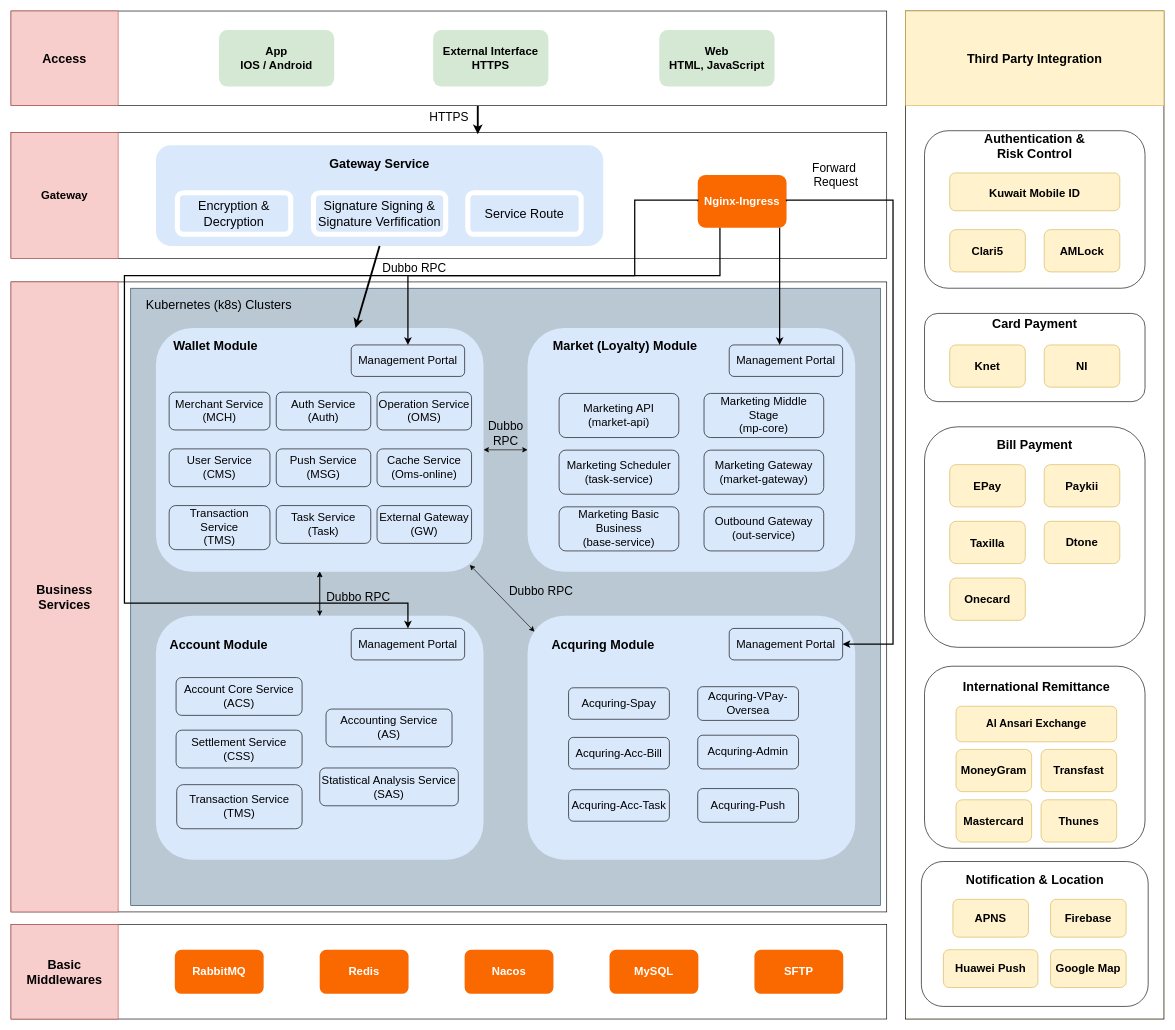
Before: wallet_kwt_archi.drawio in EricLuoisme/own-diagrams-draw-io, a draw.io diagram. Source tidied: cells renumbered, new cells numbered last; positions are measured from the earlier drawing's top-left corner, leaving out a move shared by most shapes. Both pictures are drawn from the tidied source at 63%, with x=0, y=0 at pixel (11, 11).
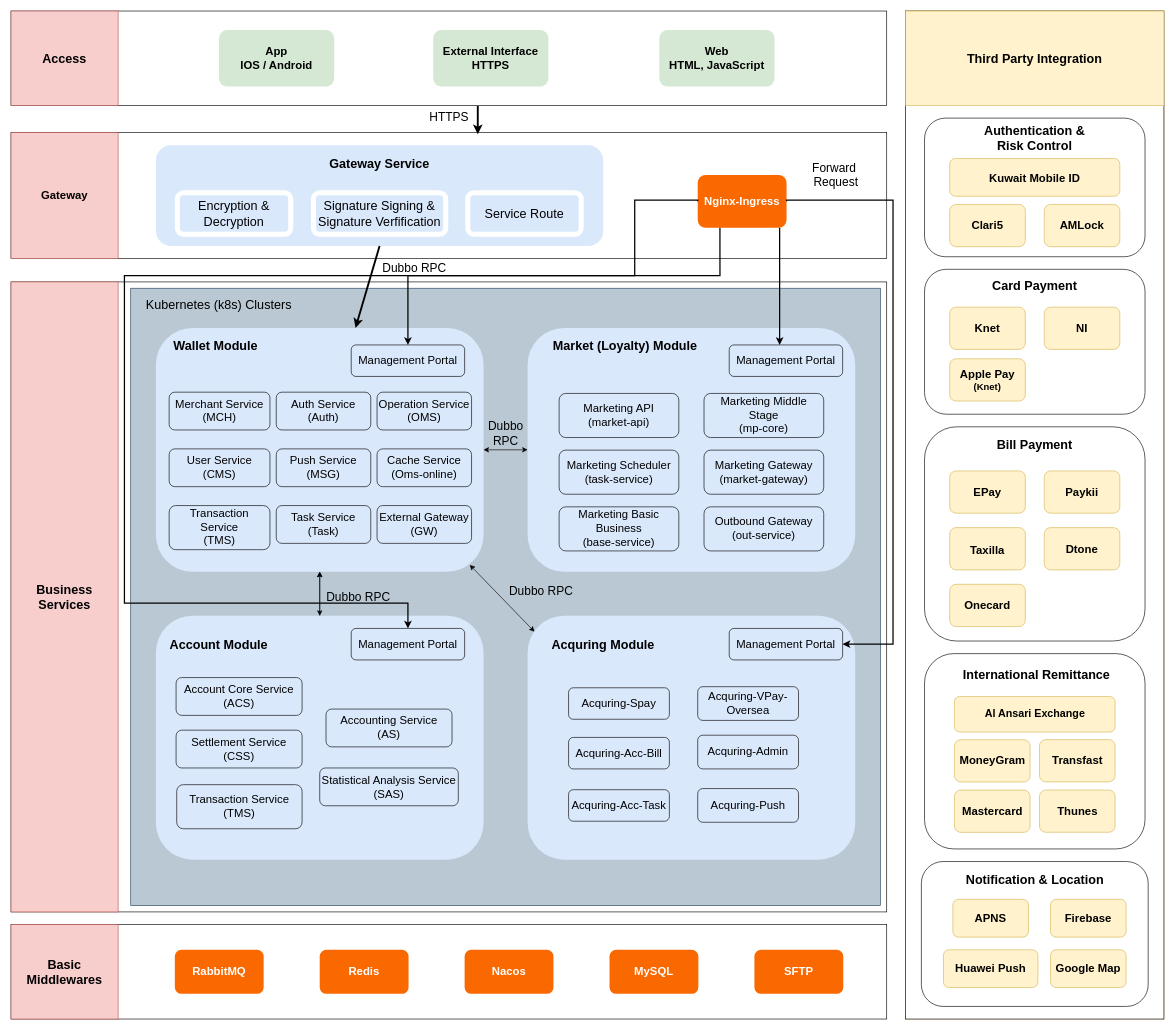
Above is the later version.

The change refers to these unchanged cells:
```xml
<mxCell id="98" style="group;" parent="1" vertex="1">
  <mxGeometry x="1450" y="660" width="350" height="350" as="geometry" />
</mxCell>
```

The edit, as a diff of the source:
```diff
@@
     <mxCell id="77" style="group;" parent="1" vertex="1">
-      <mxGeometry x="1450" y="1040" width="350" height="289" as="geometry" />
+      <mxGeometry x="1450" y="1020" width="350" height="310" as="geometry" />
     </mxCell>
     <mxCell id="78" style="rounded=1;whiteSpace=wrap;html=1;" parent="77" vertex="1">
-      <mxGeometry width="350" height="289" as="geometry" />
+      <mxGeometry width="350" height="310" as="geometry" />
     </mxCell>
@@
     <mxCell id="80" value="&lt;strong&gt;&lt;font style=&quot;font-size: 17px;&quot;&gt;Al Ansari Exchange&lt;/font&gt;&lt;/strong&gt;" style="rounded=1;whiteSpace=wrap;html=1;fillColor=#fff2cc;strokeColor=#d6b656;" parent="77" vertex="1">
-      <mxGeometry x="50" y="63.5" width="255" height="56.5" as="geometry" />
+      <mxGeometry x="47.5" y="68" width="255" height="56.5" as="geometry" />
     </mxCell>
     <mxCell id="81" value="&lt;b&gt;&lt;font style=&quot;font-size: 18px;&quot;&gt;Transfast&lt;/font&gt;&lt;/b&gt;" style="rounded=1;whiteSpace=wrap;html=1;fillColor=#fff2cc;strokeColor=#d6b656;" parent="77" vertex="1">
-      <mxGeometry x="185" y="132" width="120" height="67.1" as="geometry" />
+      <mxGeometry x="182.5" y="136.5" width="120" height="67.1" as="geometry" />
     </mxCell>
     <mxCell id="82" value="&lt;b&gt;&lt;font style=&quot;font-size: 18px;&quot;&gt;Thunes&lt;/font&gt;&lt;/b&gt;" style="rounded=1;whiteSpace=wrap;html=1;fillColor=#fff2cc;strokeColor=#d6b656;" parent="77" vertex="1">
-      <mxGeometry x="185" y="212" width="120" height="67.1" as="geometry" />
+      <mxGeometry x="182.5" y="216.5" width="120" height="67.1" as="geometry" />
     </mxCell>
     <mxCell id="83" value="&lt;b&gt;&lt;font style=&quot;font-size: 18px;&quot;&gt;MoneyGram&lt;/font&gt;&lt;/b&gt;" style="rounded=1;whiteSpace=wrap;html=1;fillColor=#fff2cc;strokeColor=#d6b656;" parent="77" vertex="1">
-      <mxGeometry x="50" y="132" width="120" height="67.1" as="geometry" />
+      <mxGeometry x="47.5" y="136.6" width="120" height="67.1" as="geometry" />
     </mxCell>
     <mxCell id="84" value="&lt;b&gt;&lt;font style=&quot;font-size: 18px;&quot;&gt;Mastercard&lt;/font&gt;&lt;/b&gt;" style="rounded=1;whiteSpace=wrap;html=1;fillColor=#fff2cc;strokeColor=#d6b656;" parent="77" vertex="1">
-      <mxGeometry x="50" y="212" width="120" height="67.1" as="geometry" />
+      <mxGeometry x="47.5" y="216.6" width="120" height="67.1" as="geometry" />
     </mxCell>
@@
     <mxCell id="92" style="group;" parent="1" vertex="1">
-      <mxGeometry x="1450" y="190" width="350" height="250" as="geometry" />
+      <mxGeometry x="1450" y="170" width="350" height="220" as="geometry" />
     </mxCell>
     <mxCell id="93" style="rounded=1;whiteSpace=wrap;html=1;" parent="92" vertex="1">
-      <mxGeometry width="350" height="250" as="geometry" />
+      <mxGeometry width="350" height="220" as="geometry" />
     </mxCell>
+    <mxCell id="96" value="&lt;font size=&quot;1&quot; style=&quot;&quot;&gt;&lt;b style=&quot;font-size: 20px;&quot;&gt;Authentication &amp;amp;&lt;/b&gt;&lt;/font&gt;&lt;div&gt;&lt;font size=&quot;1&quot; style=&quot;&quot;&gt;&lt;b style=&quot;font-size: 20px;&quot;&gt;Risk Control&lt;/b&gt;&lt;/font&gt;&lt;/div&gt;" style="text;strokeColor=none;align=center;fillColor=none;html=1;verticalAlign=middle;whiteSpace=wrap;rounded=0;" parent="92" vertex="1">
+      <mxGeometry x="59.9" y="10" width="230.3" height="42.1" as="geometry" />
+    </mxCell>
     <mxCell id="94" value="&lt;b&gt;&lt;font style=&quot;font-size: 18px;&quot;&gt;Clari5&lt;/font&gt;&lt;/b&gt;" style="rounded=1;whiteSpace=wrap;html=1;fillColor=#fff2cc;strokeColor=#d6b656;" parent="92" vertex="1">
-      <mxGeometry x="40" y="157" width="120" height="67.1" as="geometry" />
+      <mxGeometry x="40" y="137" width="120" height="67.1" as="geometry" />
     </mxCell>
     <mxCell id="95" value="&lt;b&gt;&lt;font style=&quot;font-size: 18px;&quot;&gt;AMLock&lt;/font&gt;&lt;/b&gt;" style="rounded=1;whiteSpace=wrap;html=1;fillColor=#fff2cc;strokeColor=#d6b656;" parent="92" vertex="1">
-      <mxGeometry x="190" y="157" width="120" height="67.1" as="geometry" />
+      <mxGeometry x="190" y="137" width="120" height="67.1" as="geometry" />
     </mxCell>
-    <mxCell id="96" value="&lt;font size=&quot;1&quot; style=&quot;&quot;&gt;&lt;b style=&quot;font-size: 20px;&quot;&gt;Authentication &amp;amp;&lt;/b&gt;&lt;/font&gt;&lt;div&gt;&lt;font size=&quot;1&quot; style=&quot;&quot;&gt;&lt;b style=&quot;font-size: 20px;&quot;&gt;Risk Control&lt;/b&gt;&lt;/font&gt;&lt;/div&gt;" style="text;strokeColor=none;align=center;fillColor=none;html=1;verticalAlign=middle;whiteSpace=wrap;rounded=0;" parent="92" vertex="1">
-      <mxGeometry x="59.9" width="230.3" height="47.8" as="geometry" />
-    </mxCell>
     <mxCell id="97" value="&lt;h1&gt;&lt;span class=&quot;AfwdI&quot;&gt;&lt;font style=&quot;font-size: 18px;&quot;&gt;Kuwait Mobile ID&lt;/font&gt;&lt;/span&gt;&lt;/h1&gt;" style="rounded=1;whiteSpace=wrap;html=1;fillColor=#fff2cc;strokeColor=#d6b656;" parent="92" vertex="1">
-      <mxGeometry x="40" y="67" width="270" height="60" as="geometry" />
+      <mxGeometry x="40" y="64" width="270" height="60" as="geometry" />
     </mxCell>
@@
     <mxCell id="99" style="rounded=1;whiteSpace=wrap;html=1;" parent="98" vertex="1">
-      <mxGeometry width="350" height="350" as="geometry" />
+      <mxGeometry width="350" height="340" as="geometry" />
     </mxCell>
@@
     <mxCell id="101" value="&lt;b&gt;&lt;font style=&quot;font-size: 18px;&quot;&gt;EPay&lt;/font&gt;&lt;/b&gt;" style="rounded=1;whiteSpace=wrap;html=1;fillColor=#fff2cc;strokeColor=#d6b656;" parent="98" vertex="1">
-      <mxGeometry x="40" y="60" width="120" height="67.1" as="geometry" />
+      <mxGeometry x="40" y="70" width="120" height="67.1" as="geometry" />
     </mxCell>
     <mxCell id="102" value="&lt;b&gt;&lt;font style=&quot;font-size: 18px;&quot;&gt;Paykii&lt;/font&gt;&lt;/b&gt;" style="rounded=1;whiteSpace=wrap;html=1;fillColor=#fff2cc;strokeColor=#d6b656;" parent="98" vertex="1">
-      <mxGeometry x="190" y="60" width="120" height="67.1" as="geometry" />
+      <mxGeometry x="190" y="70" width="120" height="67.1" as="geometry" />
     </mxCell>
     <mxCell id="103" value="&lt;h1&gt;&lt;span style=&quot;font-size: 18px;&quot;&gt;Taxilla&lt;/span&gt;&lt;/h1&gt;" style="rounded=1;whiteSpace=wrap;html=1;fillColor=#fff2cc;strokeColor=#d6b656;" parent="98" vertex="1">
-      <mxGeometry x="40" y="150" width="120" height="67.1" as="geometry" />
+      <mxGeometry x="40" y="160" width="120" height="67.1" as="geometry" />
     </mxCell>
     <mxCell id="104" value="&lt;span style=&quot;font-size: 18px;&quot;&gt;&lt;b&gt;Dtone&lt;/b&gt;&lt;/span&gt;" style="rounded=1;whiteSpace=wrap;html=1;fillColor=#fff2cc;strokeColor=#d6b656;" parent="98" vertex="1">
-      <mxGeometry x="190" y="150" width="120" height="67.1" as="geometry" />
+      <mxGeometry x="190" y="160" width="120" height="67.1" as="geometry" />
     </mxCell>
     <mxCell id="105" value="&lt;b&gt;&lt;font style=&quot;font-size: 18px;&quot;&gt;Onecard&lt;/font&gt;&lt;/b&gt;" style="rounded=1;whiteSpace=wrap;html=1;fillColor=#fff2cc;strokeColor=#d6b656;" parent="98" vertex="1">
-      <mxGeometry x="40" y="240" width="120" height="67.1" as="geometry" />
+      <mxGeometry x="40" y="250" width="120" height="67.1" as="geometry" />
     </mxCell>
     <mxCell id="106" style="group;" parent="1" vertex="1">
-      <mxGeometry x="1450" y="480" width="350" height="140" as="geometry" />
+      <mxGeometry x="1450" y="410" width="350" height="230" as="geometry" />
     </mxCell>
     <mxCell id="107" style="rounded=1;whiteSpace=wrap;html=1;" parent="106" vertex="1">
-      <mxGeometry width="350" height="140" as="geometry" />
+      <mxGeometry width="350" height="230" as="geometry" />
     </mxCell>
     <mxCell id="108" value="&lt;font size=&quot;1&quot; style=&quot;&quot;&gt;&lt;b style=&quot;font-size: 20px;&quot;&gt;Card Payment&lt;/b&gt;&lt;/font&gt;" style="text;strokeColor=none;align=center;fillColor=none;html=1;verticalAlign=middle;whiteSpace=wrap;rounded=0;" parent="106" vertex="1">
-      <mxGeometry x="59.9" width="230.3" height="30.4" as="geometry" />
+      <mxGeometry x="59.9" width="230.3" height="50" as="geometry" />
     </mxCell>
     <mxCell id="109" value="&lt;b&gt;&lt;font style=&quot;font-size: 18px;&quot;&gt;Knet&lt;/font&gt;&lt;/b&gt;" style="rounded=1;whiteSpace=wrap;html=1;fillColor=#fff2cc;strokeColor=#d6b656;" parent="106" vertex="1">
-      <mxGeometry x="40" y="50" width="120" height="67.1" as="geometry" />
+      <mxGeometry x="40" y="60" width="120" height="67.1" as="geometry" />
     </mxCell>
     <mxCell id="110" value="&lt;b&gt;&lt;font style=&quot;font-size: 18px;&quot;&gt;NI&lt;/font&gt;&lt;/b&gt;" style="rounded=1;whiteSpace=wrap;html=1;fillColor=#fff2cc;strokeColor=#d6b656;" parent="106" vertex="1">
-      <mxGeometry x="190" y="50" width="120" height="67.1" as="geometry" />
+      <mxGeometry x="190" y="60" width="120" height="67.1" as="geometry" />
     </mxCell>
+    <mxCell id="120" value="&lt;b style=&quot;&quot;&gt;&lt;font style=&quot;font-size: 18px;&quot;&gt;Apple Pay&lt;/font&gt;&lt;/b&gt;&lt;div style=&quot;&quot;&gt;&lt;b style=&quot;&quot;&gt;&lt;font style=&quot;font-size: 15px;&quot;&gt;(Knet)&lt;/font&gt;&lt;/b&gt;&lt;/div&gt;" style="rounded=1;whiteSpace=wrap;html=1;fillColor=#fff2cc;strokeColor=#d6b656;" parent="106" vertex="1">
+      <mxGeometry x="40" y="142" width="120" height="67.1" as="geometry" />
+    </mxCell>
```
